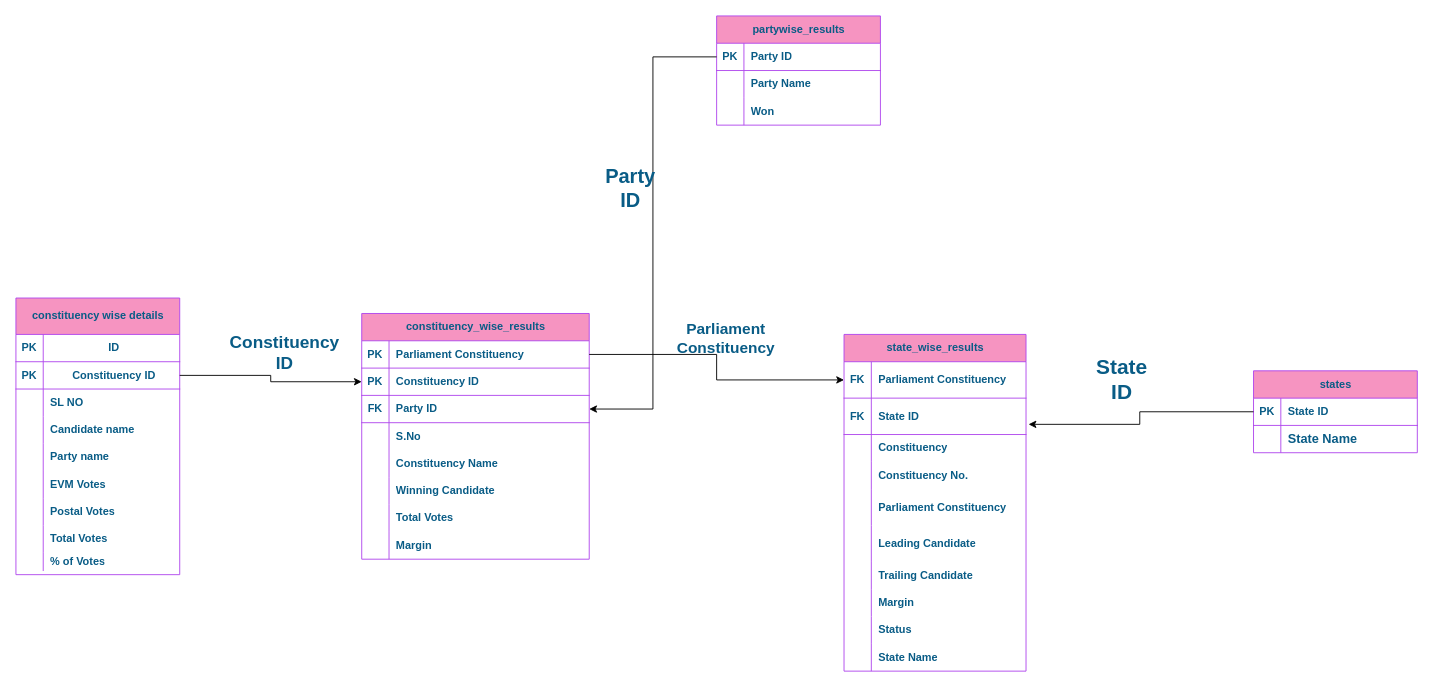
Earlier version of the draw.io diagram ER Diagram/election erd.drawio (kumarswamy2025/India-General-Election-Result-Analysis-2024). Source tidied: cells renumbered, new cells numbered last; positions are measured from the earlier drawing's top-left corner, leaving out a move shared by most shapes. Both pictures are drawn from the tidied source at 91%, with x=0, y=0 at pixel (15, 15).
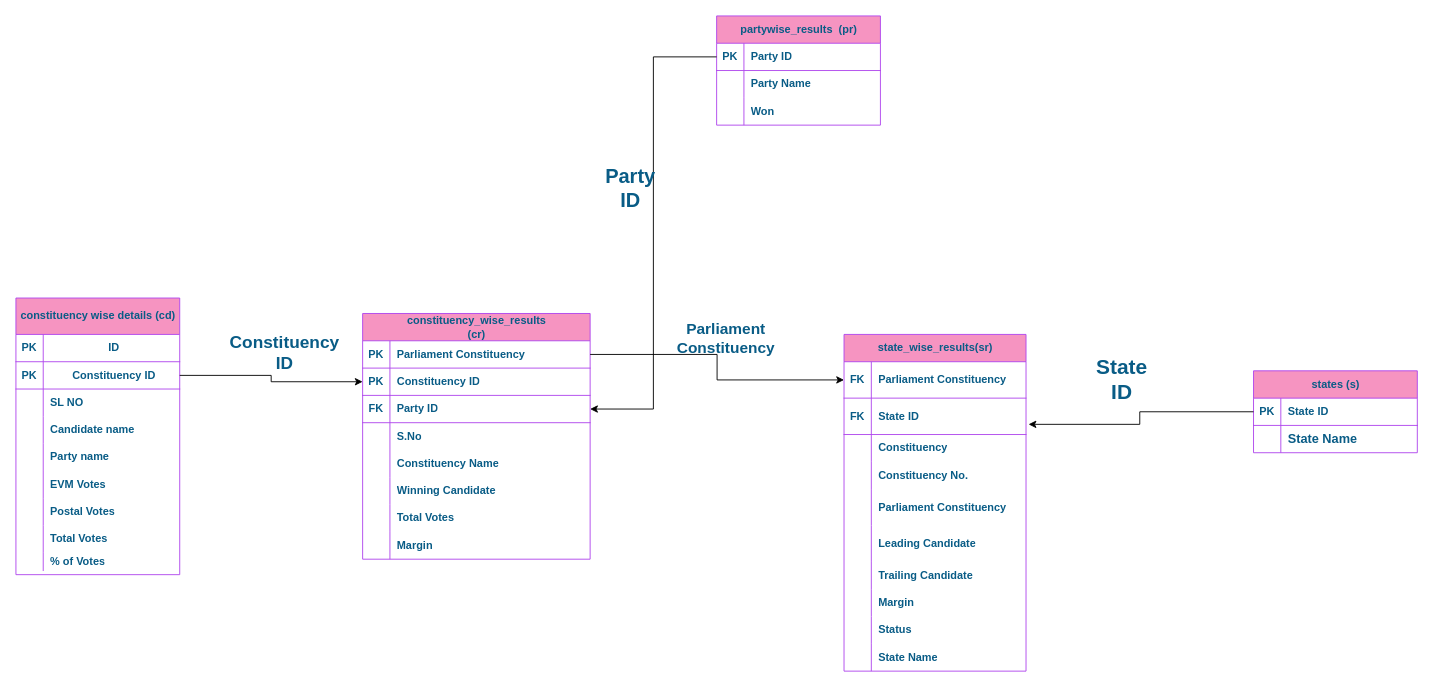
The same page after the edit.

Commit message (it also covers changes not shown here):
problem statement-2: What is the total number of seats available for elections in each state

The edit, as a diff of the source:
```diff
@@
-    <mxCell id="2" value="partywise_results" style="shape=table;startSize=30;childLayout=tableLayout;rowLines=0;fontStyle=1;align=center;html=1;labelBackgroundColor=none;fillColor=#F694C1;strokeColor=#AF45ED;fontColor=#095C86;" parent="1" vertex="1">
+    <mxCell id="2" value="partywise_results&amp;nbsp; (pr)" style="shape=table;startSize=30;childLayout=tableLayout;rowLines=0;fontStyle=1;align=center;html=1;labelBackgroundColor=none;fillColor=#F694C1;strokeColor=#AF45ED;fontColor=#095C86;" parent="1" vertex="1">
       <mxGeometry x="770" width="180" height="120" as="geometry" />
     </mxCell>
@@
-    <mxCell id="12" value="states" style="shape=table;startSize=30;childLayout=tableLayout;rowLines=0;fontStyle=1;align=center;html=1;labelBackgroundColor=none;fillColor=#F694C1;strokeColor=#AF45ED;fontColor=#095C86;" parent="1" vertex="1">
+    <mxCell id="12" value="states (s)" style="shape=table;startSize=30;childLayout=tableLayout;rowLines=0;fontStyle=1;align=center;html=1;labelBackgroundColor=none;fillColor=#F694C1;strokeColor=#AF45ED;fontColor=#095C86;" parent="1" vertex="1">
       <mxGeometry x="1360" y="390" width="180" height="90" as="geometry" />
     </mxCell>
@@
-    <mxCell id="19" value="constituency wise details" style="shape=table;startSize=40;childLayout=tableLayout;rowLines=0;fontStyle=1;align=center;html=1;labelBackgroundColor=none;fillColor=#F694C1;strokeColor=#AF45ED;fontColor=#095C86;" parent="1" vertex="1">
+    <mxCell id="19" value="constituency wise details (cd)" style="shape=table;startSize=40;childLayout=tableLayout;rowLines=0;fontStyle=1;align=center;html=1;labelBackgroundColor=none;fillColor=#F694C1;strokeColor=#AF45ED;fontColor=#095C86;" parent="1" vertex="1">
       <mxGeometry y="310" width="180" height="304" as="geometry" />
     </mxCell>
@@
-    <mxCell id="47" value="&lt;span style=&quot;text-wrap: wrap;&quot;&gt;constituency_wise_results&lt;/span&gt;" style="shape=table;startSize=30;childLayout=tableLayout;rowLines=0;fontStyle=1;align=center;html=1;strokeColor=#AF45ED;fontColor=#095C86;fillColor=#F694C1;" parent="1" vertex="1">
-      <mxGeometry x="380" y="327" width="250" height="270" as="geometry" />
+    <mxCell id="47" value="&lt;span style=&quot;text-wrap: wrap;&quot;&gt;constituency_wise_results (cr)&lt;/span&gt;" style="shape=table;startSize=30;childLayout=tableLayout;rowLines=0;fontStyle=1;align=center;html=1;strokeColor=#AF45ED;fontColor=#095C86;fillColor=#F694C1;" parent="1" vertex="1">
+      <mxGeometry x="381" y="327" width="250" height="270" as="geometry" />
     </mxCell>
@@
-    <mxCell id="72" value="&lt;span style=&quot;text-wrap: wrap;&quot;&gt;state_wise_results&lt;/span&gt;" style="shape=table;startSize=30;childLayout=tableLayout;rowLines=0;fontStyle=1;align=center;html=1;strokeColor=#AF45ED;fontColor=#095C86;fillColor=#F694C1;" parent="1" vertex="1">
+    <mxCell id="72" value="&lt;span style=&quot;text-wrap: wrap;&quot;&gt;state_wise_results(sr)&lt;/span&gt;" style="shape=table;startSize=30;childLayout=tableLayout;rowLines=0;fontStyle=1;align=center;html=1;strokeColor=#AF45ED;fontColor=#095C86;fillColor=#F694C1;" parent="1" vertex="1">
       <mxGeometry x="910" y="350" width="200" height="370" as="geometry" />
     </mxCell>
```
